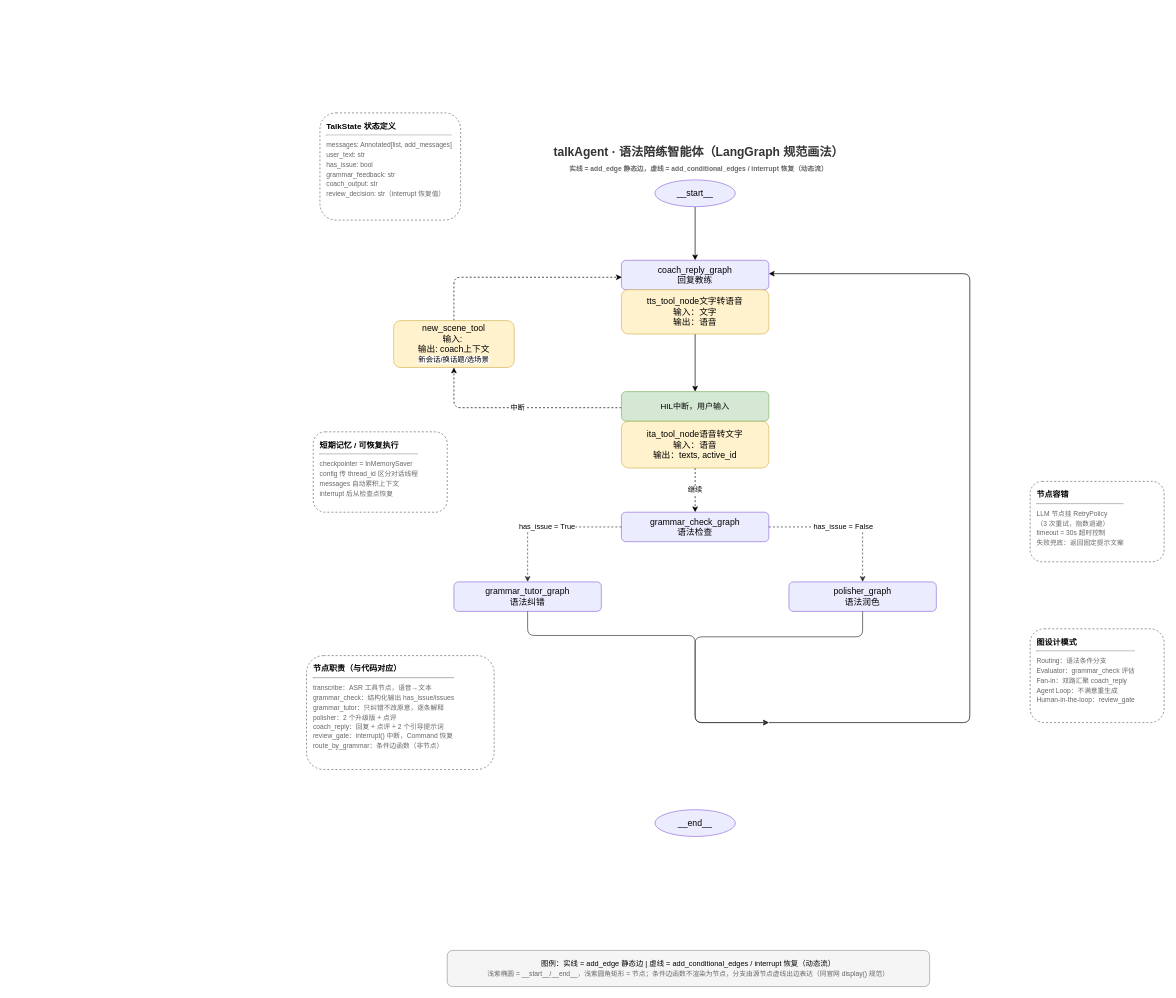
Ekko306/dialog-ai keeps this draw.io diagram as backend/src/talk_agent/document/talk_agent_graph.drawio. Above is the earlier version. Source tidied: cells renumbered, new cells numbered last; positions are measured from the earlier drawing's top-left corner, leaving out a move shared by most shapes. Both pictures are drawn from the tidied source at 67%, with x=0, y=0 at pixel (306, 113).
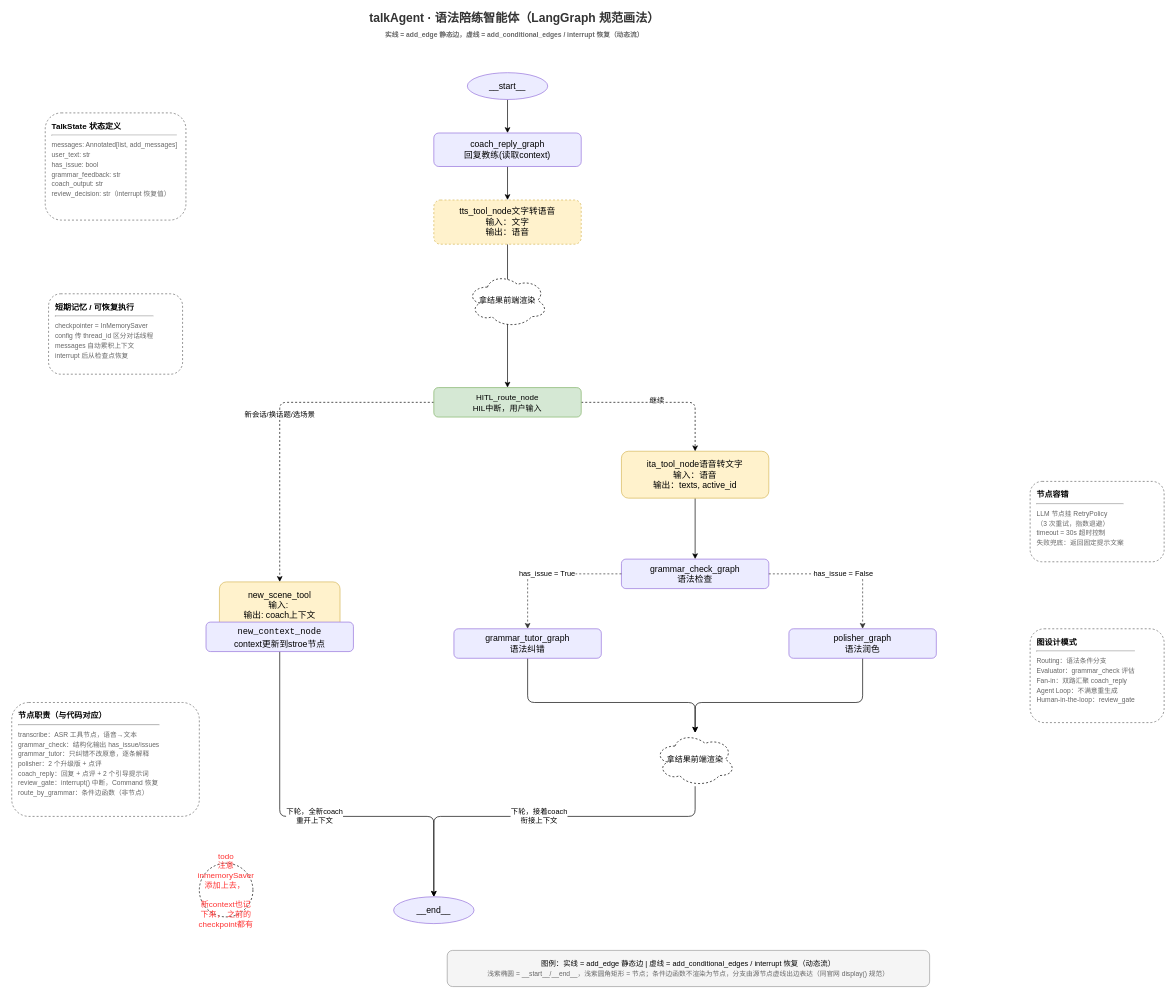
Above is the later version.

The edit, as a diff of the source:
```diff
@@
     <mxCell id="2" value="talkAgent · 语法陪练智能体（LangGraph 规范画法）&lt;br&gt;&lt;font style=&quot;font-size:10px&quot; color=&quot;#666666&quot;&gt;实线 = add_edge 静态边，虚线 = add_conditional_edges / interrupt 恢复（动态流）&lt;/font&gt;" style="text;html=1;align=center;verticalAlign=middle;fontSize=18;fontStyle=1;fontColor=#333333;" parent="1" vertex="1">
-      <mxGeometry x="345" y="50" width="480" height="40" as="geometry" />
+      <mxGeometry x="70" y="-150" width="480" height="40" as="geometry" />
     </mxCell>
@@
     <mxCell id="4" value="__start__" style="ellipse;whiteSpace=wrap;html=1;fillColor=#ECECFF;strokeColor=#9370DB;fontSize=13;" parent="1" vertex="1">
-      <mxGeometry x="520" y="100" width="120" height="40" as="geometry" />
+      <mxGeometry x="240" y="-60" width="120" height="40" as="geometry" />
     </mxCell>
-    <mxCell id="5" value="继续" style="edgeStyle=orthogonalEdgeStyle;html=1;dashed=1;" parent="1" edge="1" source="6" target="7">
-      <mxGeometry relative="1" as="geometry" />
-    </mxCell>
+    <mxCell id="31" style="edgeStyle=orthogonalEdgeStyle;html=1;" parent="1" edge="1" source="6" target="7">
+      <mxGeometry relative="1" as="geometry" />
+    </mxCell>
     <mxCell id="6" value="ita_tool_node语音转文字&lt;br&gt;输入：语音&lt;br&gt;输出：texts, active_id" style="rounded=1;whiteSpace=wrap;html=1;fillColor=#fff2cc;strokeColor=#d6b656;fontSize=13;" parent="1" vertex="1">
-      <mxGeometry x="470" y="460" width="220" height="70" as="geometry" />
+      <mxGeometry x="470" y="505" width="220" height="70" as="geometry" />
     </mxCell>
     <mxCell id="7" value="grammar_check_graph&lt;br&gt;语法检查" style="rounded=1;whiteSpace=wrap;html=1;fillColor=#ECECFF;strokeColor=#9370DB;fontSize=13;" parent="1" vertex="1">
-      <mxGeometry x="470" y="596" width="220" height="44" as="geometry" />
+      <mxGeometry x="470" y="666" width="220" height="44" as="geometry" />
     </mxCell>
+    <mxCell id="32" style="edgeStyle=orthogonalEdgeStyle;html=1;strokeColor=#000000;fontColor=#000000;" parent="1" edge="1" source="8" target="41">
+      <mxGeometry relative="1" as="geometry">
+        <Array as="points">
+          <mxPoint x="330" y="880" />
+          <mxPoint x="580" y="880" />
+        </Array>
+      </mxGeometry>
+    </mxCell>
     <mxCell id="8" value="grammar_tutor_graph&lt;br&gt;语法纠错" style="rounded=1;whiteSpace=wrap;html=1;fillColor=#ECECFF;strokeColor=#9370DB;fontSize=13;" parent="1" vertex="1">
-      <mxGeometry x="220" y="700" width="220" height="44" as="geometry" />
+      <mxGeometry x="220" y="770" width="220" height="44" as="geometry" />
     </mxCell>
+    <mxCell id="33" style="edgeStyle=orthogonalEdgeStyle;html=1;strokeColor=#000000;fontColor=#000000;" parent="1" edge="1" source="9" target="41">
+      <mxGeometry relative="1" as="geometry">
+        <Array as="points">
+          <mxPoint x="830" y="880" />
+          <mxPoint x="580" y="880" />
+        </Array>
+      </mxGeometry>
+    </mxCell>
     <mxCell id="9" value="polisher_graph&lt;br&gt;语法润色" style="rounded=1;whiteSpace=wrap;html=1;fillColor=#ECECFF;strokeColor=#9370DB;fontSize=13;" parent="1" vertex="1">
-      <mxGeometry x="720" y="700" width="220" height="44" as="geometry" />
+      <mxGeometry x="720" y="770" width="220" height="44" as="geometry" />
     </mxCell>
     <mxCell id="10" style="edgeStyle=none;html=1;" parent="1" edge="1">
       <mxGeometry relative="1" as="geometry">
-        <mxPoint x="580" y="864" as="sourcePoint" />
-        <mxPoint x="580" y="864" as="targetPoint" />
+        <mxPoint x="580" y="934" as="sourcePoint" />
+        <mxPoint x="580" y="934" as="targetPoint" />
       </mxGeometry>
     </mxCell>
     <mxCell id="11" value="__end__" style="ellipse;whiteSpace=wrap;html=1;fillColor=#ECECFF;strokeColor=#9370DB;fontSize=13;" parent="1" vertex="1">
-      <mxGeometry x="520" y="1040" width="120" height="40" as="geometry" />
+      <mxGeometry x="130" y="1170" width="120" height="40" as="geometry" />
     </mxCell>
@@
-    <mxCell id="14" style="edgeStyle=orthogonalEdgeStyle;rounded=1;html=1;strokeColor=#333333;fontSize=11;exitX=0.5;exitY=1;exitDx=0;exitDy=0;" parent="1" edge="1" source="8">
-      <mxGeometry relative="1" as="geometry">
-        <mxPoint x="690" y="910" as="targetPoint" />
-        <Array as="points">
-          <mxPoint x="330" y="780" />
-          <mxPoint x="580" y="780" />
-          <mxPoint x="580" y="910" />
-        </Array>
-      </mxGeometry>
-    </mxCell>
-    <mxCell id="15" style="edgeStyle=orthogonalEdgeStyle;rounded=1;html=1;strokeColor=#333333;fontSize=11;exitX=0.5;exitY=1;exitDx=0;exitDy=0;" parent="1" edge="1" source="9">
-      <mxGeometry relative="1" as="geometry">
-        <mxPoint x="690" y="910" as="targetPoint" />
-        <Array as="points">
-          <mxPoint x="830" y="782" />
-          <mxPoint x="580" y="782" />
-          <mxPoint x="580" y="910" />
-        </Array>
-      </mxGeometry>
-    </mxCell>
     <mxCell id="16" value="&lt;b&gt;TalkState 状态定义&lt;/b&gt;&lt;hr&gt;&lt;font style=&quot;font-size:10px&quot; color=&quot;#666666&quot;&gt;messages: Annotated[list, add_messages]&lt;br&gt;user_text: str&lt;br&gt;has_issue: bool&lt;br&gt;grammar_feedback: str&lt;br&gt;coach_output: str&lt;br&gt;review_decision: str（interrupt 恢复值）&lt;/font&gt;" style="rounded=1;whiteSpace=wrap;html=1;dashed=1;fillColor=none;strokeColor=#666666;align=left;verticalAlign=top;fontSize=12;spacingLeft=8;spacingTop=6;" parent="1" vertex="1">
-      <mxGeometry x="20" width="210" height="160" as="geometry" />
+      <mxGeometry x="-390" width="210" height="160" as="geometry" />
     </mxCell>
     <mxCell id="17" value="&lt;b&gt;短期记忆 / 可恢复执行&lt;/b&gt;&lt;hr&gt;&lt;font style=&quot;font-size:10px&quot; color=&quot;#666666&quot;&gt;checkpointer = InMemorySaver&lt;br&gt;config 传 thread_id 区分对话线程&lt;br&gt;messages 自动累积上下文&lt;br&gt;interrupt 后从检查点恢复&lt;/font&gt;" style="rounded=1;whiteSpace=wrap;html=1;dashed=1;fillColor=none;strokeColor=#666666;align=left;verticalAlign=top;fontSize=12;spacingLeft=8;spacingTop=6;" parent="1" vertex="1">
-      <mxGeometry x="10" y="476" width="200" height="120" as="geometry" />
+      <mxGeometry x="-385" y="270" width="200" height="120" as="geometry" />
     </mxCell>
     <mxCell id="18" value="&lt;b&gt;节点职责（与代码对应）&lt;/b&gt;&lt;hr&gt;&lt;font style=&quot;font-size:10px&quot; color=&quot;#666666&quot;&gt;transcribe：ASR 工具节点，语音→文本&lt;br&gt;grammar_check：结构化输出 has_issue/issues&lt;br&gt;grammar_tutor：只纠错不改原意，逐条解释&lt;br&gt;polisher：2 个升级版 + 点评&lt;br&gt;coach_reply：回复 + 点评 + 2 个引导提示词&lt;br&gt;review_gate：interrupt() 中断，Command 恢复&lt;br&gt;route_by_grammar：条件边函数（非节点）&lt;/font&gt;" style="rounded=1;whiteSpace=wrap;html=1;dashed=1;fillColor=none;strokeColor=#666666;align=left;verticalAlign=top;fontSize=12;spacingLeft=8;spacingTop=6;" parent="1" vertex="1">
-      <mxGeometry y="810" width="280" height="170" as="geometry" />
+      <mxGeometry x="-440" y="880" width="280" height="170" as="geometry" />
     </mxCell>
@@
-    <mxCell id="22" style="edgeStyle=orthogonalEdgeStyle;html=1;entryX=1;entryY=0.455;entryDx=0;entryDy=0;entryPerimeter=0;" parent="1" edge="1" target="23">
-      <mxGeometry relative="1" as="geometry">
-        <mxPoint x="690" y="910" as="sourcePoint" />
-        <Array as="points">
-          <mxPoint x="690" y="910" />
-          <mxPoint x="990" y="910" />
-          <mxPoint x="990" y="240" />
-        </Array>
-      </mxGeometry>
-    </mxCell>
+    <mxCell id="34" style="edgeStyle=orthogonalEdgeStyle;html=1;strokeColor=#000000;fontColor=#000000;" parent="1" edge="1" source="23" target="26">
+      <mxGeometry relative="1" as="geometry" />
+    </mxCell>
-    <mxCell id="23" value="coach_reply_graph&lt;br&gt;回复教练" style="rounded=1;whiteSpace=wrap;html=1;fillColor=#ECECFF;strokeColor=#9370DB;fontSize=13;" parent="1" vertex="1">
-      <mxGeometry x="470" y="220" width="220" height="44" as="geometry" />
+    <mxCell id="23" value="coach_reply_graph&lt;br&gt;回复教练(读取context)" style="rounded=1;whiteSpace=wrap;html=1;fillColor=#ECECFF;strokeColor=#9370DB;fontSize=13;" parent="1" vertex="1">
+      <mxGeometry x="190" y="30" width="220" height="50" as="geometry" />
     </mxCell>
-    <mxCell id="24" style="edgeStyle=none;html=1;" parent="1" edge="1" target="6">
-      <mxGeometry relative="1" as="geometry">
-        <mxPoint x="582.1" y="458.9" as="sourcePoint" />
-      </mxGeometry>
-    </mxCell>
@@
-    <mxCell id="26" value="tts_tool_node文字转语音&lt;br&gt;输入：文字&lt;br&gt;输出：语音" style="rounded=1;whiteSpace=wrap;html=1;fillColor=#fff2cc;strokeColor=#d6b656;fontSize=13;" parent="1" vertex="1">
-      <mxGeometry x="470" y="264" width="220" height="66" as="geometry" />
+    <mxCell id="26" value="tts_tool_node文字转语音&lt;br&gt;输入：文字&lt;br&gt;输出：语音" style="rounded=1;whiteSpace=wrap;html=1;fillColor=#fff2cc;strokeColor=#d6b656;fontSize=13;dashed=1;" parent="1" vertex="1">
+      <mxGeometry x="190" y="130" width="220" height="66" as="geometry" />
     </mxCell>
-    <mxCell id="27" value="中断" style="edgeStyle=orthogonalEdgeStyle;html=1;dashed=1;" parent="1" edge="1" source="28" target="30">
+    <mxCell id="27" value="&lt;span style=&quot;color: rgb(0, 0, 0); font-family: Helvetica; font-size: 11px; font-style: normal; font-variant-ligatures: normal; font-variant-caps: normal; font-weight: 400; letter-spacing: normal; orphans: 2; text-align: center; text-indent: 0px; text-transform: none; widows: 2; word-spacing: 0px; -webkit-text-stroke-width: 0px; background-color: rgb(255, 255, 255); text-decoration-thickness: initial; text-decoration-style: initial; text-decoration-color: initial; float: none; display: inline !important;&quot;&gt;新会话/换话题/选场景&lt;/span&gt;" style="edgeStyle=orthogonalEdgeStyle;html=1;dashed=1;" parent="1" edge="1" source="28" target="30">
       <mxGeometry relative="1" as="geometry">
         <Array as="points">
-          <mxPoint x="220" y="440" />
+          <mxPoint x="-40" y="432" />
         </Array>
       </mxGeometry>
     </mxCell>
+    <mxCell id="35" style="edgeStyle=orthogonalEdgeStyle;html=1;dashed=1;" parent="1" edge="1" source="28" target="6">
+      <mxGeometry relative="1" as="geometry" />
+    </mxCell>
+    <mxCell id="5" value="继续" style="edgeLabel;html=1;align=center;verticalAlign=middle;" parent="35" vertex="1">
+      <mxGeometry x="-0.08" y="4" relative="1" as="geometry" />
+    </mxCell>
-    <mxCell id="28" value="&lt;span style=&quot;font-size: 12px;&quot;&gt;HIL中断，用户输入&lt;/span&gt;" style="rounded=1;whiteSpace=wrap;html=1;fillColor=#d5e8d4;strokeColor=#82b366;fontSize=13;" parent="1" vertex="1">
-      <mxGeometry x="470" y="416" width="220" height="44" as="geometry" />
+    <mxCell id="28" value="&lt;span style=&quot;font-size: 12px;&quot;&gt;HITL_route_node&lt;br&gt;HIL中断，用户输入&lt;/span&gt;" style="rounded=1;whiteSpace=wrap;html=1;fillColor=#d5e8d4;strokeColor=#82b366;fontSize=13;" parent="1" vertex="1">
+      <mxGeometry x="190" y="410" width="220" height="44" as="geometry" />
     </mxCell>
-    <mxCell id="29" style="edgeStyle=orthogonalEdgeStyle;html=1;entryX=0.003;entryY=0.576;entryDx=0;entryDy=0;entryPerimeter=0;dashed=1;" parent="1" edge="1" source="30" target="23">
-      <mxGeometry relative="1" as="geometry">
-        <Array as="points">
-          <mxPoint x="220" y="245" />
-        </Array>
-      </mxGeometry>
-    </mxCell>
+    <mxCell id="36" style="edgeStyle=orthogonalEdgeStyle;html=1;fillColor=#e1d5e7;strokeColor=#000000;" parent="1" edge="1" source="30" target="38">
+      <mxGeometry relative="1" as="geometry" />
+    </mxCell>
-    <mxCell id="30" value="new_scene_tool&lt;br&gt;输入:&amp;nbsp;&lt;br&gt;输出: coach上下文&lt;br&gt;&lt;span style=&quot;font-size: 11px; background-color: rgb(255, 255, 255);&quot;&gt;新会话/换话题/选场景&lt;/span&gt;" style="rounded=1;whiteSpace=wrap;html=1;fillColor=#fff2cc;strokeColor=#d6b656;fontSize=13;" parent="1" vertex="1">
-      <mxGeometry x="130" y="310" width="180" height="70" as="geometry" />
+    <mxCell id="30" value="new_scene_tool&lt;br&gt;输入:&amp;nbsp;&lt;br&gt;输出: coach上下文" style="rounded=1;whiteSpace=wrap;html=1;fillColor=#fff2cc;strokeColor=#d6b656;fontSize=13;" parent="1" vertex="1">
+      <mxGeometry x="-130" y="700" width="180" height="70" as="geometry" />
     </mxCell>
+    <mxCell id="37" value="下轮，全新coach&lt;br&gt;重开上下文" style="edgeStyle=orthogonalEdgeStyle;html=1;strokeColor=#000000;" parent="1" edge="1" source="38" target="11">
+      <mxGeometry relative="1" as="geometry">
+        <Array as="points">
+          <mxPoint x="-40" y="1050" />
+          <mxPoint x="190" y="1050" />
+        </Array>
+      </mxGeometry>
+    </mxCell>
+    <mxCell id="38" value="&lt;div style=&quot;font-family: &amp;quot;JetBrains Mono&amp;quot;, Consolas, &amp;quot;Courier New&amp;quot;, monospace; line-height: 22px;&quot;&gt;new_context_node&lt;/div&gt;context更新到stroe节点" style="rounded=1;whiteSpace=wrap;html=1;fillColor=#ECECFF;strokeColor=#9370DB;fontSize=13;" parent="1" vertex="1">
+      <mxGeometry x="-150" y="760" width="220" height="44" as="geometry" />
+    </mxCell>
+    <mxCell id="39" value="拿结果前端渲染" style="ellipse;shape=cloud;whiteSpace=wrap;html=1;dashed=1;labelBackgroundColor=none;fontColor=#000000;" parent="1" vertex="1">
+      <mxGeometry x="240" y="240" width="120" height="80" as="geometry" />
+    </mxCell>
+    <mxCell id="40" value="下轮，接着coach&lt;br&gt;衔接上下文" style="edgeStyle=orthogonalEdgeStyle;html=1;strokeColor=#000000;fontColor=#000000;" parent="1" edge="1" source="41" target="11">
+      <mxGeometry relative="1" as="geometry">
+        <Array as="points">
+          <mxPoint x="580" y="1050" />
+          <mxPoint x="190" y="1050" />
+        </Array>
+      </mxGeometry>
+    </mxCell>
+    <mxCell id="41" value="拿结果前端渲染" style="ellipse;shape=cloud;whiteSpace=wrap;html=1;dashed=1;labelBackgroundColor=none;fontColor=#000000;" parent="1" vertex="1">
+      <mxGeometry x="520" y="925" width="120" height="80" as="geometry" />
+    </mxCell>
+    <mxCell id="42" value="&lt;font color=&quot;#ff3333&quot;&gt;todo&lt;br&gt;注意 inmemorySaver 添加上去，&amp;nbsp;&lt;br&gt;&lt;br&gt;新context也记下来， 之前的checkpoint都有&lt;/font&gt;" style="ellipse;whiteSpace=wrap;html=1;dashed=1;labelBackgroundColor=none;fontColor=#000000;" parent="1" vertex="1">
+      <mxGeometry x="-160" y="1120" width="80" height="80" as="geometry" />
+    </mxCell>
```
